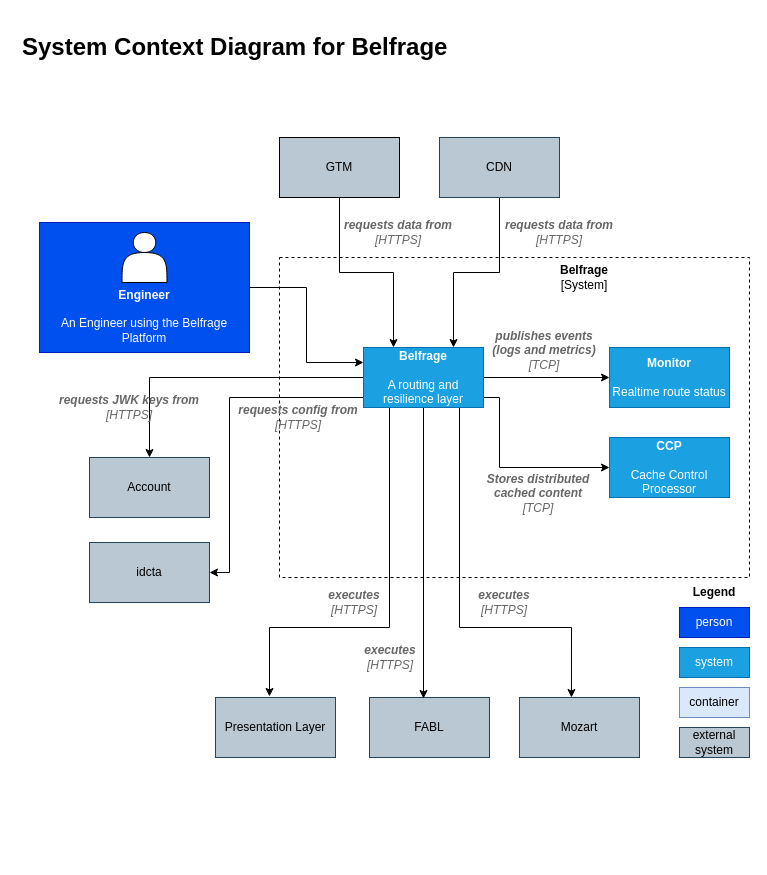
Earlier version of the draw.io diagram docs/source/architecture/c4-level-1.drawio (tracy-o/learning-day). Source tidied: cells renumbered, new cells numbered last; positions are measured from the earlier drawing's top-left corner, leaving out a move shared by most shapes. Both pictures are drawn from the tidied source at 100%, with x=0, y=0 at pixel (17, 27).
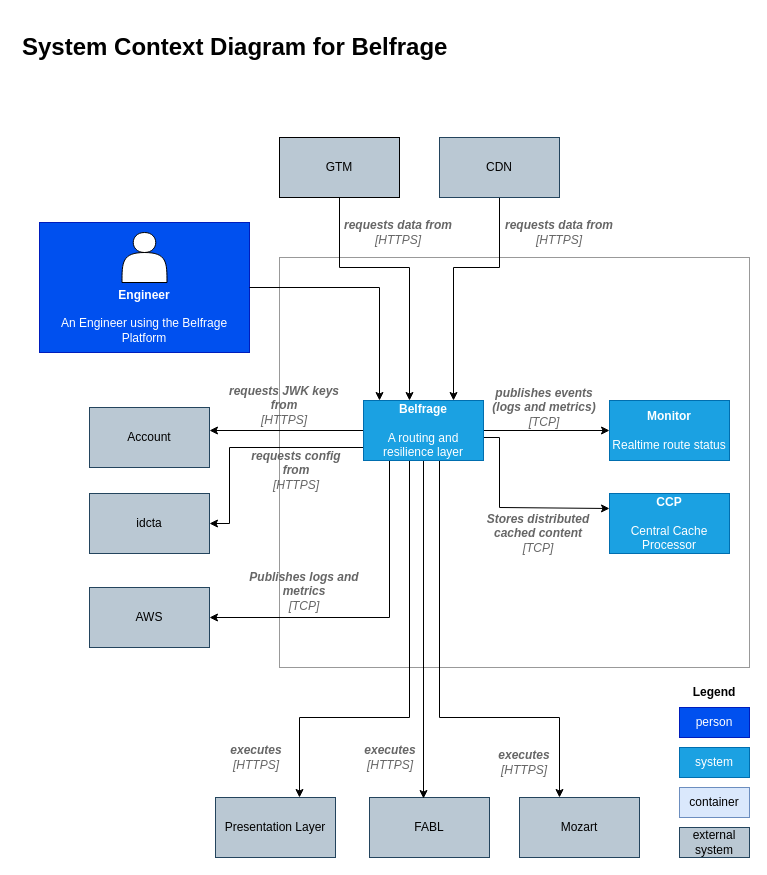
The same page after the edit.

Commit message (it also covers changes not shown here):
Correct CCP naming and add link to AWS on level1 C4 diagram

The change refers to these unchanged cells:
```xml
<mxCell id="14" value="GTM" style="rounded=0;whiteSpace=wrap;html=1;fillColor=#BAC8D3;" parent="1" vertex="1">
  <mxGeometry x="262" y="110" width="120" height="60" as="geometry" />
</mxCell>
<mxCell id="16" value="CDN" style="rounded=0;whiteSpace=wrap;html=1;fillColor=#bac8d3;strokeColor=#23445d;" parent="1" vertex="1">
  <mxGeometry x="422" y="110" width="120" height="60" as="geometry" />
</mxCell>
<mxCell id="20" value="&lt;br&gt;&lt;br&gt;&lt;br&gt;&lt;br&gt;&lt;b&gt;Engineer&lt;/b&gt;&lt;br&gt;&lt;br&gt;An Engineer using the Belfrage Platform" style="rounded=0;whiteSpace=wrap;html=1;fillColor=#0050ef;strokeColor=#001DBC;fontColor=#ffffff;" parent="19" vertex="1">
  <mxGeometry width="210" height="130" as="geometry" />
</mxCell>
```

Diff of the diagram source:
```diff
@@
-    <mxCell id="2" style="rounded=0;whiteSpace=wrap;html=1;dashed=1;fillColor=none;" parent="1" vertex="1">
-      <mxGeometry x="262" y="230" width="470" height="320" as="geometry" />
+    <mxCell id="2" style="rounded=0;whiteSpace=wrap;html=1;fillColor=none;strokeColor=#999999;" parent="1" vertex="1">
+      <mxGeometry x="262" y="230" width="470" height="410" as="geometry" />
     </mxCell>
     <mxCell id="3" value="Presentation Layer" style="rounded=0;whiteSpace=wrap;html=1;fillColor=#bac8d3;strokeColor=#23445d;" parent="1" vertex="1">
-      <mxGeometry x="198" y="670" width="120" height="60" as="geometry" />
+      <mxGeometry x="198" y="770" width="120" height="60" as="geometry" />
     </mxCell>
     <mxCell id="4" value="FABL" style="rounded=0;whiteSpace=wrap;html=1;fillColor=#bac8d3;strokeColor=#23445d;" parent="1" vertex="1">
-      <mxGeometry x="352" y="670" width="120" height="60" as="geometry" />
+      <mxGeometry x="352" y="770" width="120" height="60" as="geometry" />
     </mxCell>
-    <mxCell id="5" style="edgeStyle=orthogonalEdgeStyle;rounded=0;jettySize=auto;html=1;entryX=0.45;entryY=-0.017;entryDx=0;entryDy=0;entryPerimeter=0;" parent="1" edge="1" source="12" target="3">
+    <mxCell id="5" style="edgeStyle=orthogonalEdgeStyle;rounded=0;jettySize=auto;html=1;" parent="1" edge="1" source="12" target="3">
       <mxGeometry relative="1" as="geometry">
         <Array as="points">
-          <mxPoint x="372" y="600" />
-          <mxPoint x="252" y="600" />
+          <mxPoint x="392" y="690" />
+          <mxPoint x="282" y="690" />
         </Array>
       </mxGeometry>
     </mxCell>
-    <mxCell id="6" style="edgeStyle=orthogonalEdgeStyle;rounded=0;jettySize=auto;html=1;entryX=0.433;entryY=0;entryDx=0;entryDy=0;entryPerimeter=0;" parent="1" edge="1" source="12" target="18">
+    <mxCell id="6" style="edgeStyle=orthogonalEdgeStyle;rounded=0;jettySize=auto;html=1;" parent="1" edge="1" source="12" target="18">
       <mxGeometry relative="1" as="geometry">
         <Array as="points">
-          <mxPoint x="442" y="600" />
-          <mxPoint x="554" y="600" />
+          <mxPoint x="422" y="690" />
+          <mxPoint x="542" y="690" />
         </Array>
       </mxGeometry>
     </mxCell>
-    <mxCell id="7" style="edgeStyle=orthogonalEdgeStyle;rounded=0;jettySize=auto;html=1;entryX=0;entryY=0.5;entryDx=0;entryDy=0;" parent="1" edge="1" source="12" target="23">
+    <mxCell id="7" style="edgeStyle=orthogonalEdgeStyle;rounded=0;jettySize=auto;html=1;entryX=0;entryY=0.25;entryDx=0;entryDy=0;" parent="1" edge="1" source="12" target="23">
       <mxGeometry relative="1" as="geometry">
         <Array as="points">
-          <mxPoint x="482" y="370" />
-          <mxPoint x="482" y="440" />
+          <mxPoint x="482" y="410" />
+          <mxPoint x="482" y="480" />
+          <mxPoint x="592" y="480" />
         </Array>
       </mxGeometry>
     </mxCell>
@@
     <mxCell id="9" style="edgeStyle=orthogonalEdgeStyle;rounded=0;jettySize=auto;html=1;" parent="1" edge="1" source="12" target="25">
-      <mxGeometry relative="1" as="geometry" />
+      <mxGeometry relative="1" as="geometry">
+        <Array as="points">
+          <mxPoint x="132" y="400" />
+        </Array>
+      </mxGeometry>
     </mxCell>
     <mxCell id="10" style="edgeStyle=orthogonalEdgeStyle;rounded=0;jettySize=auto;html=1;" parent="1" edge="1" source="12" target="26">
       <mxGeometry relative="1" as="geometry">
         <Array as="points">
-          <mxPoint x="212" y="370" />
-          <mxPoint x="212" y="545" />
+          <mxPoint x="212" y="420" />
+          <mxPoint x="212" y="496" />
         </Array>
       </mxGeometry>
     </mxCell>
@@
+    <mxCell id="42" style="edgeStyle=orthogonalEdgeStyle;rounded=0;jettySize=auto;html=1;entryX=1;entryY=0.5;entryDx=0;entryDy=0;" parent="1" edge="1" source="12" target="43">
+      <mxGeometry relative="1" as="geometry">
+        <Array as="points">
+          <mxPoint x="372" y="590" />
+        </Array>
+      </mxGeometry>
+    </mxCell>
     <mxCell id="12" value="&lt;b&gt;Belfrage&lt;/b&gt;&lt;br&gt;&lt;br&gt;A routing and resilience layer" style="rounded=0;whiteSpace=wrap;html=1;fillColor=#1ba1e2;strokeColor=#006EAF;fontColor=#ffffff;" parent="1" vertex="1">
-      <mxGeometry x="346" y="320" width="120" height="60" as="geometry" />
+      <mxGeometry x="346" y="373" width="120" height="60" as="geometry" />
     </mxCell>
-    <mxCell id="13" style="edgeStyle=orthogonalEdgeStyle;rounded=0;jettySize=auto;html=1;entryX=0.25;entryY=0;entryDx=0;entryDy=0;" parent="1" edge="1" source="14" target="12">
-      <mxGeometry relative="1" as="geometry" />
+    <mxCell id="13" style="edgeStyle=orthogonalEdgeStyle;rounded=0;jettySize=auto;html=1;" parent="1" edge="1" source="14">
+      <mxGeometry relative="1" as="geometry">
+        <mxPoint x="392" y="373" as="targetPoint" />
+        <Array as="points">
+          <mxPoint x="322" y="240" />
+          <mxPoint x="392" y="240" />
+          <mxPoint x="392" y="373" />
+        </Array>
+      </mxGeometry>
     </mxCell>
@@
     <mxCell id="15" style="edgeStyle=orthogonalEdgeStyle;rounded=0;jettySize=auto;html=1;entryX=0.75;entryY=0;entryDx=0;entryDy=0;" parent="1" edge="1" source="16" target="12">
-      <mxGeometry relative="1" as="geometry" />
+      <mxGeometry relative="1" as="geometry">
+        <Array as="points">
+          <mxPoint x="482" y="240" />
+          <mxPoint x="436" y="240" />
+        </Array>
+      </mxGeometry>
     </mxCell>
@@
     <mxCell id="18" value="Mozart" style="rounded=0;whiteSpace=wrap;html=1;fillColor=#bac8d3;strokeColor=#23445d;" parent="1" vertex="1">
-      <mxGeometry x="502" y="670" width="120" height="60" as="geometry" />
+      <mxGeometry x="502" y="770" width="120" height="60" as="geometry" />
     </mxCell>
@@
     <mxCell id="22" value="&lt;b&gt;Monitor&lt;/b&gt;&lt;br&gt;&lt;br&gt;Realtime route status" style="rounded=0;whiteSpace=wrap;html=1;fillColor=#1ba1e2;strokeColor=#006EAF;fontColor=#ffffff;" parent="1" vertex="1">
-      <mxGeometry x="592" y="320" width="120" height="60" as="geometry" />
+      <mxGeometry x="592" y="373" width="120" height="60" as="geometry" />
     </mxCell>
-    <mxCell id="23" value="&lt;b&gt;CCP&lt;br&gt;&lt;/b&gt;&lt;br&gt;Cache Control Processor" style="rounded=0;whiteSpace=wrap;html=1;fillColor=#1ba1e2;strokeColor=#006EAF;fontColor=#ffffff;" parent="1" vertex="1">
-      <mxGeometry x="592" y="410" width="120" height="60" as="geometry" />
+    <mxCell id="23" value="&lt;b&gt;CCP&lt;br&gt;&lt;/b&gt;&lt;br&gt;Central Cache Processor" style="rounded=0;whiteSpace=wrap;html=1;fillColor=#1ba1e2;strokeColor=#006EAF;fontColor=#ffffff;" parent="1" vertex="1">
+      <mxGeometry x="592" y="466" width="120" height="60" as="geometry" />
     </mxCell>
-    <mxCell id="24" value="&lt;b&gt;Belfrage&lt;/b&gt;&lt;br&gt;[System]" style="text;html=1;strokeColor=none;fillColor=none;align=center;verticalAlign=middle;whiteSpace=wrap;rounded=0;" parent="1" vertex="1">
-      <mxGeometry x="412" y="240" width="310" height="20" as="geometry" />
-    </mxCell>
     <mxCell id="25" value="Account" style="rounded=0;whiteSpace=wrap;html=1;fillColor=#bac8d3;strokeColor=#23445d;" parent="1" vertex="1">
-      <mxGeometry x="72" y="430" width="120" height="60" as="geometry" />
+      <mxGeometry x="72" y="380" width="120" height="60" as="geometry" />
     </mxCell>
     <mxCell id="26" value="idcta" style="rounded=0;whiteSpace=wrap;html=1;fillColor=#bac8d3;strokeColor=#23445d;" parent="1" vertex="1">
-      <mxGeometry x="72" y="515" width="120" height="60" as="geometry" />
+      <mxGeometry x="72" y="466" width="120" height="60" as="geometry" />
     </mxCell>
-    <mxCell id="27" style="edgeStyle=orthogonalEdgeStyle;rounded=0;jettySize=auto;html=1;entryX=0;entryY=0.25;entryDx=0;entryDy=0;" parent="1" edge="1" source="20" target="12">
-      <mxGeometry relative="1" as="geometry" />
-    </mxCell>
     <mxCell id="28" value="&lt;font color=&quot;#666666&quot;&gt;&lt;i&gt;&lt;b&gt;requests JWK keys from&lt;/b&gt;&lt;br&gt;[HTTPS]&lt;/i&gt;&lt;/font&gt;" style="text;html=1;strokeColor=none;fillColor=none;align=center;verticalAlign=middle;whiteSpace=wrap;rounded=0;" parent="1" vertex="1">
-      <mxGeometry x="12" y="370" width="200" height="20" as="geometry" />
+      <mxGeometry x="202" y="368" width="130" height="20" as="geometry" />
     </mxCell>
     <mxCell id="29" value="&lt;font color=&quot;#666666&quot;&gt;&lt;i&gt;&lt;b&gt;requests config from&lt;/b&gt;&lt;br&gt;[HTTPS]&lt;/i&gt;&lt;/font&gt;" style="text;html=1;strokeColor=none;fillColor=none;align=center;verticalAlign=middle;whiteSpace=wrap;rounded=0;" parent="1" vertex="1">
-      <mxGeometry x="216" y="380" width="130" height="20" as="geometry" />
+      <mxGeometry x="226" y="433" width="106" height="20" as="geometry" />
     </mxCell>
@@
     <mxCell id="32" value="&lt;i&gt;&lt;font color=&quot;#666666&quot;&gt;&lt;b&gt;publishes events (logs and metrics)&lt;/b&gt; [TCP]&lt;/font&gt;&lt;/i&gt;" style="text;html=1;strokeColor=none;fillColor=none;align=center;verticalAlign=middle;whiteSpace=wrap;rounded=0;" parent="1" vertex="1">
-      <mxGeometry x="472" y="313" width="110" height="20" as="geometry" />
+      <mxGeometry x="472" y="370" width="110" height="20" as="geometry" />
     </mxCell>
     <mxCell id="33" value="&lt;i&gt;&lt;font color=&quot;#666666&quot;&gt;&lt;b&gt;Stores distributed cached content&lt;/b&gt; [TCP]&lt;/font&gt;&lt;/i&gt;" style="text;html=1;strokeColor=none;fillColor=none;align=center;verticalAlign=middle;whiteSpace=wrap;rounded=0;" parent="1" vertex="1">
-      <mxGeometry x="466" y="446" width="110" height="40" as="geometry" />
+      <mxGeometry x="466" y="486" width="110" height="40" as="geometry" />
     </mxCell>
     <mxCell id="34" value="&lt;i&gt;&lt;font color=&quot;#666666&quot;&gt;&lt;b&gt;executes&lt;/b&gt;&lt;br&gt;[HTTPS]&lt;/font&gt;&lt;/i&gt;" style="text;html=1;strokeColor=none;fillColor=none;align=center;verticalAlign=middle;whiteSpace=wrap;rounded=0;" parent="1" vertex="1">
-      <mxGeometry x="282" y="565" width="110" height="20" as="geometry" />
+      <mxGeometry x="204" y="720" width="70" height="20" as="geometry" />
     </mxCell>
     <mxCell id="35" value="&lt;i&gt;&lt;font color=&quot;#666666&quot;&gt;&lt;b&gt;executes&lt;/b&gt;&lt;br&gt;[HTTPS]&lt;/font&gt;&lt;/i&gt;" style="text;html=1;strokeColor=none;fillColor=none;align=center;verticalAlign=middle;whiteSpace=wrap;rounded=0;" parent="1" vertex="1">
-      <mxGeometry x="318" y="620" width="110" height="20" as="geometry" />
+      <mxGeometry x="318" y="720" width="110" height="20" as="geometry" />
     </mxCell>
     <mxCell id="36" value="&lt;i&gt;&lt;font color=&quot;#666666&quot;&gt;&lt;b&gt;executes&lt;/b&gt;&lt;br&gt;[HTTPS]&lt;/font&gt;&lt;/i&gt;" style="text;html=1;strokeColor=none;fillColor=none;align=center;verticalAlign=middle;whiteSpace=wrap;rounded=0;" parent="1" vertex="1">
-      <mxGeometry x="432" y="565" width="110" height="20" as="geometry" />
+      <mxGeometry x="452" y="725" width="110" height="20" as="geometry" />
     </mxCell>
     <mxCell id="37" value="container" style="rounded=0;whiteSpace=wrap;html=1;fillColor=#dae8fc;strokeColor=#6c8ebf;" parent="1" vertex="1">
-      <mxGeometry x="662" y="660" width="70" height="30" as="geometry" />
+      <mxGeometry x="662" y="760" width="70" height="30" as="geometry" />
     </mxCell>
     <mxCell id="38" value="system" style="rounded=0;whiteSpace=wrap;html=1;fillColor=#1ba1e2;strokeColor=#006EAF;fontColor=#ffffff;" parent="1" vertex="1">
-      <mxGeometry x="662" y="620" width="70" height="30" as="geometry" />
+      <mxGeometry x="662" y="720" width="70" height="30" as="geometry" />
     </mxCell>
     <mxCell id="39" value="person" style="rounded=0;whiteSpace=wrap;html=1;fillColor=#0050ef;strokeColor=#001DBC;fontColor=#ffffff;" parent="1" vertex="1">
-      <mxGeometry x="662" y="580" width="70" height="30" as="geometry" />
+      <mxGeometry x="662" y="680" width="70" height="30" as="geometry" />
     </mxCell>
     <mxCell id="40" value="external system" style="rounded=0;whiteSpace=wrap;html=1;fillColor=#bac8d3;strokeColor=#23445d;" parent="1" vertex="1">
-      <mxGeometry x="662" y="700" width="70" height="30" as="geometry" />
+      <mxGeometry x="662" y="800" width="70" height="30" as="geometry" />
     </mxCell>
     <mxCell id="41" value="&lt;b&gt;Legend&lt;/b&gt;" style="text;html=1;strokeColor=none;fillColor=none;align=center;verticalAlign=middle;whiteSpace=wrap;rounded=0;" parent="1" vertex="1">
-      <mxGeometry x="662" y="555" width="70" height="20" as="geometry" />
+      <mxGeometry x="662" y="655" width="70" height="20" as="geometry" />
     </mxCell>
+    <mxCell id="43" value="AWS&lt;br&gt;" style="rounded=0;whiteSpace=wrap;html=1;fillColor=#bac8d3;strokeColor=#23445d;" parent="1" vertex="1">
+      <mxGeometry x="72" y="560" width="120" height="60" as="geometry" />
+    </mxCell>
+    <mxCell id="27" style="edgeStyle=orthogonalEdgeStyle;rounded=0;jettySize=auto;html=1;" parent="1" edge="1" source="20" target="12">
+      <mxGeometry relative="1" as="geometry">
+        <Array as="points">
+          <mxPoint x="362" y="260" />
+        </Array>
+      </mxGeometry>
+    </mxCell>
+    <mxCell id="44" value="&lt;i&gt;&lt;font color=&quot;#666666&quot;&gt;&lt;b&gt;Publishes logs and metrics&lt;br&gt;&lt;/b&gt;[TCP]&lt;/font&gt;&lt;/i&gt;" style="text;html=1;strokeColor=none;fillColor=none;align=center;verticalAlign=middle;whiteSpace=wrap;rounded=0;" parent="1" vertex="1">
+      <mxGeometry x="212" y="544" width="150" height="40" as="geometry" />
+    </mxCell>
```
